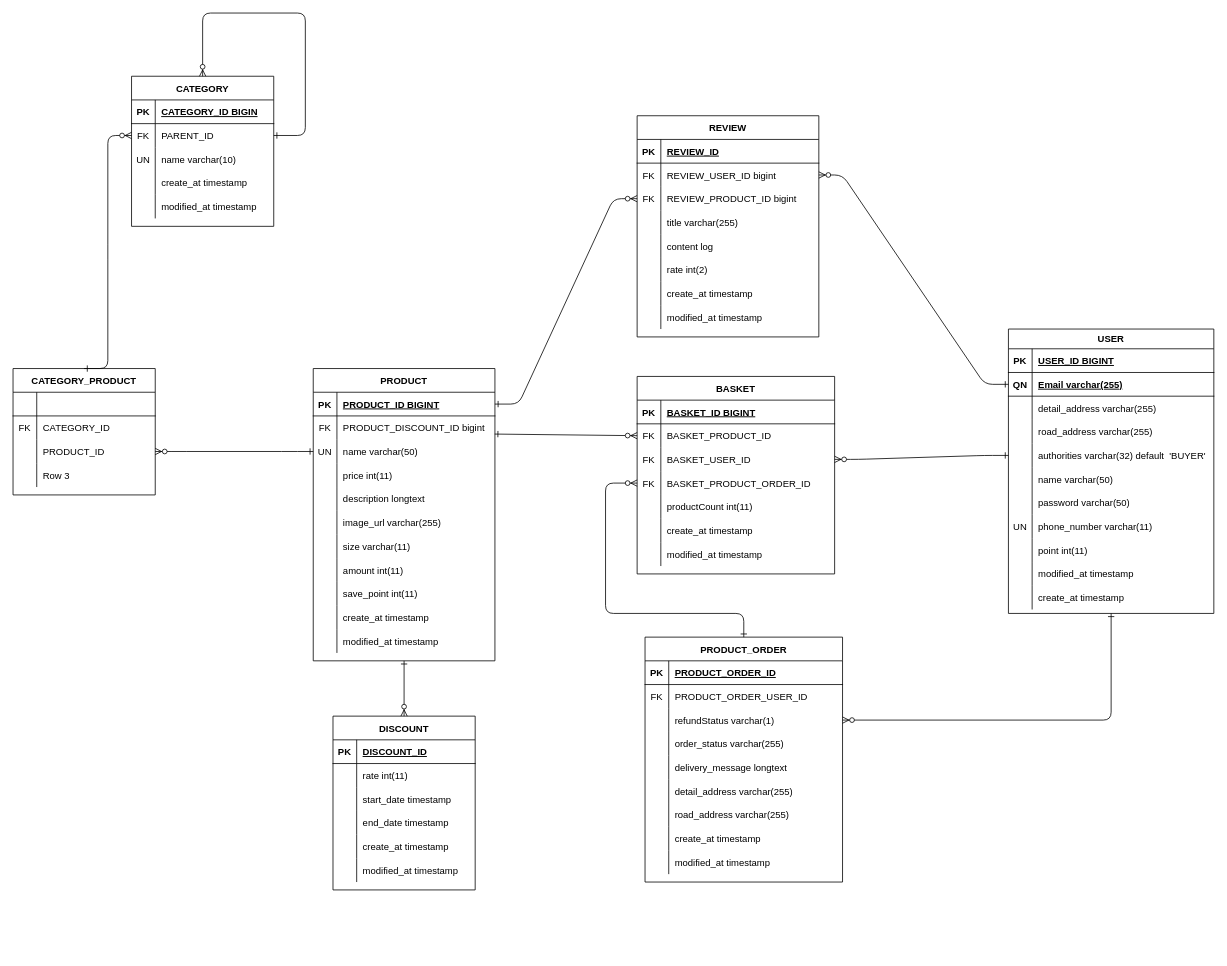
Above: Untitled Diagram.drawio in wonjongseo/wonjongseo (draw.io), before the change. Source tidied: cells renumbered, new cells numbered last; positions are measured from the earlier drawing's top-left corner, leaving out a move shared by most shapes. Both pictures are drawn from the tidied source at 79%, with x=0, y=0 at pixel (13, 13).
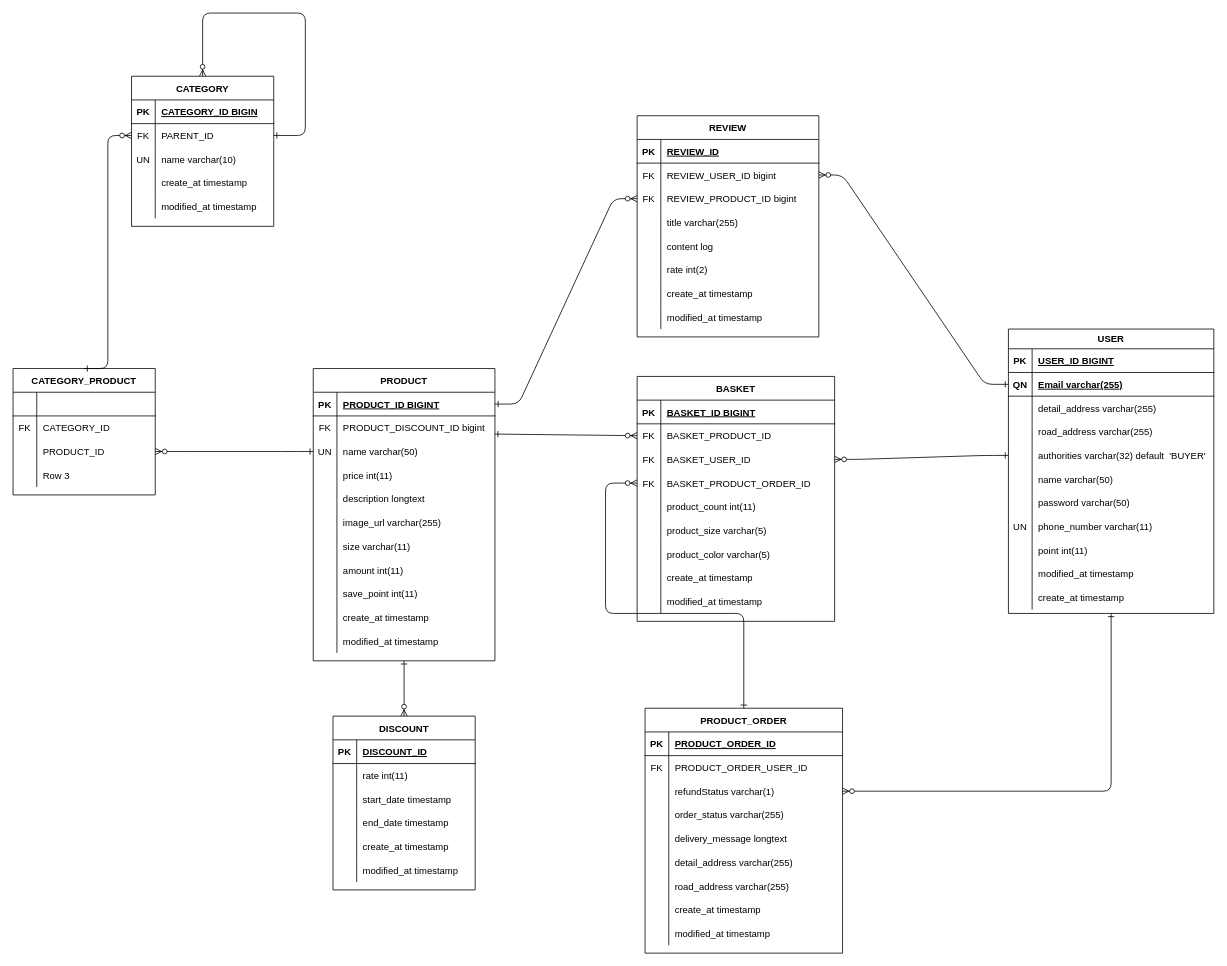
Above is the later version.

The change refers to these unchanged cells:
```xml
<mxCell id="105" style="shape=tableRow;horizontal=0;startSize=0;swimlaneHead=0;swimlaneBody=0;fillColor=none;top=0;left=0;right=0;bottom=0;" parent="92" vertex="1">
  <mxGeometry y="150" width="250" height="30" as="geometry" />
</mxCell>
```

Diff of the diagram source:
```diff
@@
     <mxCell id="92" value="BASKET" style="shape=table;startSize=30;childLayout=tableLayout;rowLines=0;fontStyle=1;align=center;" parent="1" vertex="1">
-      <mxGeometry x="790" y="460" width="250" height="250" as="geometry" />
+      <mxGeometry x="790" y="460" width="250" height="310" as="geometry" />
     </mxCell>
@@
-    <mxCell id="107" value="productCount int(11)" style="shape=partialRectangle;fillColor=none;top=0;left=0;bottom=0;right=0;align=left;spacingLeft=6;overflow=hidden;" parent="105" vertex="1">
+    <mxCell id="107" value="product_count int(11)" style="shape=partialRectangle;fillColor=none;top=0;left=0;bottom=0;right=0;align=left;spacingLeft=6;overflow=hidden;" parent="105" vertex="1">
       <mxGeometry x="30" width="220" height="30" as="geometry" />
     </mxCell>
+    <mxCell id="203" style="shape=tableRow;horizontal=0;startSize=0;swimlaneHead=0;swimlaneBody=0;fillColor=none;top=0;left=0;right=0;bottom=0;" parent="92" vertex="1">
+      <mxGeometry y="180" width="250" height="30" as="geometry" />
+    </mxCell>
+    <mxCell id="204" style="shape=partialRectangle;fillColor=none;top=0;left=0;bottom=0;right=0;overflow=hidden;" parent="203" vertex="1">
+      <mxGeometry width="30" height="30" as="geometry" />
+    </mxCell>
+    <mxCell id="205" value="product_size varchar(5)" style="shape=partialRectangle;fillColor=none;top=0;left=0;bottom=0;right=0;align=left;spacingLeft=6;overflow=hidden;" parent="203" vertex="1">
+      <mxGeometry x="30" width="220" height="30" as="geometry" />
+    </mxCell>
+    <mxCell id="206" style="shape=tableRow;horizontal=0;startSize=0;swimlaneHead=0;swimlaneBody=0;fillColor=none;top=0;left=0;right=0;bottom=0;" parent="92" vertex="1">
+      <mxGeometry y="210" width="250" height="30" as="geometry" />
+    </mxCell>
+    <mxCell id="207" style="shape=partialRectangle;fillColor=none;top=0;left=0;bottom=0;right=0;overflow=hidden;" parent="206" vertex="1">
+      <mxGeometry width="30" height="30" as="geometry" />
+    </mxCell>
+    <mxCell id="208" value="product_color varchar(5)" style="shape=partialRectangle;fillColor=none;top=0;left=0;bottom=0;right=0;align=left;spacingLeft=6;overflow=hidden;" parent="206" vertex="1">
+      <mxGeometry x="30" width="220" height="30" as="geometry" />
+    </mxCell>
     <mxCell id="108" style="shape=tableRow;horizontal=0;startSize=0;swimlaneHead=0;swimlaneBody=0;fillColor=none;top=0;left=0;right=0;bottom=0;" parent="92" vertex="1">
-      <mxGeometry y="180" width="250" height="30" as="geometry" />
+      <mxGeometry y="240" width="250" height="30" as="geometry" />
     </mxCell>
@@
     <mxCell id="111" style="shape=tableRow;horizontal=0;startSize=0;swimlaneHead=0;swimlaneBody=0;fillColor=none;top=0;left=0;right=0;bottom=0;" parent="92" vertex="1">
-      <mxGeometry y="210" width="250" height="30" as="geometry" />
+      <mxGeometry y="270" width="250" height="30" as="geometry" />
     </mxCell>
@@
     <mxCell id="174" value="PRODUCT_ORDER" style="shape=table;startSize=30;childLayout=tableLayout;rowLines=0;fontStyle=1;align=center;" parent="1" vertex="1">
-      <mxGeometry x="800" y="790" width="250" height="310" as="geometry" />
+      <mxGeometry x="800" y="880" width="250" height="310" as="geometry" />
     </mxCell>
```
